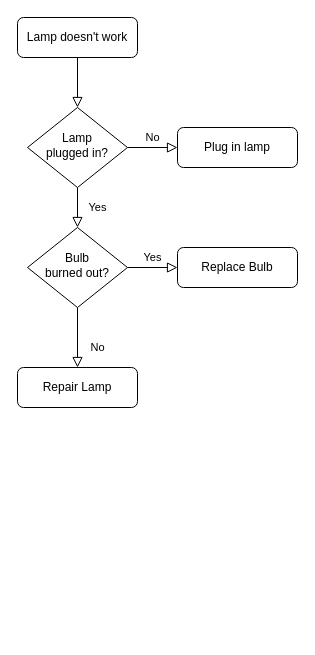
Above: flowchart.drawio in Micost/chart_and_doc (draw.io), before the change. Source tidied: cells renumbered, new cells numbered last; positions are measured from the earlier drawing's top-left corner, leaving out a move shared by most shapes. Both pictures are drawn from the tidied source at 100%, with x=0, y=0 at pixel (17, 17).
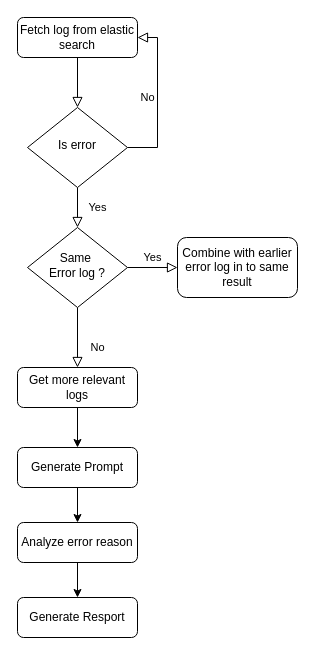
The same page after the edit.

Diff of the diagram source:
```diff
@@
 <mxGraphModel>
   <root>
     <mxCell id="0" />
     <mxCell id="1" parent="0" />
     <mxCell id="2" style="rounded=0;html=1;jettySize=auto;fontSize=11;endArrow=block;endFill=0;endSize=8;strokeWidth=1;shadow=0;labelBackgroundColor=none;edgeStyle=orthogonalEdgeStyle;" parent="1" edge="1" source="3" target="6">
       <mxGeometry relative="1" as="geometry" />
     </mxCell>
-    <mxCell id="3" value="Lamp doesn't work" style="rounded=1;whiteSpace=wrap;html=1;fontSize=12;glass=0;strokeWidth=1;shadow=0;" parent="1" vertex="1">
+    <mxCell id="3" value="Fetch log from elastic search " style="rounded=1;whiteSpace=wrap;html=1;fontSize=12;glass=0;strokeWidth=1;shadow=0;" parent="1" vertex="1">
       <mxGeometry width="120" height="40" as="geometry" />
     </mxCell>
     <mxCell id="4" value="Yes" style="rounded=0;html=1;jettySize=auto;fontSize=11;endArrow=block;endFill=0;endSize=8;strokeWidth=1;shadow=0;labelBackgroundColor=none;edgeStyle=orthogonalEdgeStyle;" parent="1" edge="1" source="6" target="10">
       <mxGeometry y="20" relative="1" as="geometry" />
     </mxCell>
-    <mxCell id="5" value="No" style="edgeStyle=orthogonalEdgeStyle;rounded=0;html=1;jettySize=auto;fontSize=11;endArrow=block;endFill=0;endSize=8;strokeWidth=1;shadow=0;labelBackgroundColor=none;" parent="1" edge="1" source="6" target="7">
-      <mxGeometry y="10" relative="1" as="geometry" />
+    <mxCell id="5" value="No" style="edgeStyle=orthogonalEdgeStyle;rounded=0;html=1;jettySize=auto;fontSize=11;endArrow=block;endFill=0;endSize=8;strokeWidth=1;shadow=0;labelBackgroundColor=none;entryX=1;entryY=0.5;entryDx=0;entryDy=0;" parent="1" edge="1" source="6" target="3">
+      <mxGeometry y="10" relative="1" as="geometry">
+        <Array as="points">
+          <mxPoint x="140" y="130" />
+          <mxPoint x="140" y="20" />
+        </Array>
+      </mxGeometry>
     </mxCell>
-    <mxCell id="6" value="Lamp&lt;br&gt;plugged in?" style="rhombus;whiteSpace=wrap;html=1;shadow=0;fontFamily=Helvetica;fontSize=12;align=center;strokeWidth=1;spacing=6;spacingTop=-4;" parent="1" vertex="1">
+    <mxCell id="6" value="Is error" style="rhombus;whiteSpace=wrap;html=1;shadow=0;fontFamily=Helvetica;fontSize=12;align=center;strokeWidth=1;spacing=6;spacingTop=-4;" parent="1" vertex="1">
       <mxGeometry x="10" y="90" width="100" height="80" as="geometry" />
     </mxCell>
-    <mxCell id="7" value="Plug in lamp" style="rounded=1;whiteSpace=wrap;html=1;fontSize=12;glass=0;strokeWidth=1;shadow=0;" parent="1" vertex="1">
-      <mxGeometry x="160" y="110" width="120" height="40" as="geometry" />
-    </mxCell>
     <mxCell id="8" value="No" style="rounded=0;html=1;jettySize=auto;fontSize=11;endArrow=block;endFill=0;endSize=8;strokeWidth=1;shadow=0;labelBackgroundColor=none;edgeStyle=orthogonalEdgeStyle;" parent="1" edge="1" source="10" target="11">
       <mxGeometry x="0.33" y="20" relative="1" as="geometry" />
     </mxCell>
     <mxCell id="9" value="Yes" style="edgeStyle=orthogonalEdgeStyle;rounded=0;html=1;jettySize=auto;fontSize=11;endArrow=block;endFill=0;endSize=8;strokeWidth=1;shadow=0;labelBackgroundColor=none;" parent="1" edge="1" source="10" target="12">
       <mxGeometry y="10" relative="1" as="geometry" />
     </mxCell>
-    <mxCell id="10" value="Bulb&lt;br&gt;burned out?" style="rhombus;whiteSpace=wrap;html=1;shadow=0;fontFamily=Helvetica;fontSize=12;align=center;strokeWidth=1;spacing=6;spacingTop=-4;" parent="1" vertex="1">
+    <mxCell id="10" value="&lt;div&gt;Same&amp;nbsp;&lt;/div&gt;&lt;div&gt;Error log ?&lt;/div&gt;" style="rhombus;whiteSpace=wrap;html=1;shadow=0;fontFamily=Helvetica;fontSize=12;align=center;strokeWidth=1;spacing=6;spacingTop=-4;" parent="1" vertex="1">
       <mxGeometry x="10" y="210" width="100" height="80" as="geometry" />
     </mxCell>
+    <mxCell id="13" style="edgeStyle=orthogonalEdgeStyle;rounded=0;jettySize=auto;html=1;entryX=0.5;entryY=0;entryDx=0;entryDy=0;strokeColor=default;" parent="1" edge="1" source="11" target="15">
+      <mxGeometry relative="1" as="geometry" />
+    </mxCell>
-    <mxCell id="11" value="Repair Lamp" style="rounded=1;whiteSpace=wrap;html=1;fontSize=12;glass=0;strokeWidth=1;shadow=0;" parent="1" vertex="1">
+    <mxCell id="11" value="Get more relevant logs" style="rounded=1;whiteSpace=wrap;html=1;fontSize=12;glass=0;strokeWidth=1;shadow=0;" parent="1" vertex="1">
       <mxGeometry y="350" width="120" height="40" as="geometry" />
     </mxCell>
-    <mxCell id="12" value="Replace Bulb" style="rounded=1;whiteSpace=wrap;html=1;fontSize=12;glass=0;strokeWidth=1;shadow=0;" parent="1" vertex="1">
-      <mxGeometry x="160" y="230" width="120" height="40" as="geometry" />
+    <mxCell id="12" value="&lt;div&gt;Combine with earlier error log in to same result&lt;/div&gt;" style="rounded=1;whiteSpace=wrap;html=1;fontSize=12;glass=0;strokeWidth=1;shadow=0;" parent="1" vertex="1">
+      <mxGeometry x="160" y="220" width="120" height="60" as="geometry" />
     </mxCell>
+    <mxCell id="14" style="edgeStyle=orthogonalEdgeStyle;rounded=0;jettySize=auto;html=1;exitX=0.5;exitY=1;exitDx=0;exitDy=0;strokeColor=default;" parent="1" edge="1" source="15" target="17">
+      <mxGeometry relative="1" as="geometry" />
+    </mxCell>
+    <mxCell id="15" value="Generate Prompt" style="rounded=1;whiteSpace=wrap;html=1;fontSize=12;glass=0;strokeWidth=1;shadow=0;" parent="1" vertex="1">
+      <mxGeometry y="430" width="120" height="40" as="geometry" />
+    </mxCell>
+    <mxCell id="16" style="edgeStyle=orthogonalEdgeStyle;rounded=0;jettySize=auto;html=1;strokeColor=default;" parent="1" edge="1" source="17" target="18">
+      <mxGeometry relative="1" as="geometry" />
+    </mxCell>
+    <mxCell id="17" value="&lt;div&gt;Analyze error reason&lt;/div&gt;" style="rounded=1;whiteSpace=wrap;html=1;fontSize=12;glass=0;strokeWidth=1;shadow=0;" parent="1" vertex="1">
+      <mxGeometry y="505" width="120" height="40" as="geometry" />
+    </mxCell>
+    <mxCell id="18" value="Generate Resport" style="rounded=1;whiteSpace=wrap;html=1;fontSize=12;glass=0;strokeWidth=1;shadow=0;" parent="1" vertex="1">
+      <mxGeometry y="580" width="120" height="40" as="geometry" />
+    </mxCell>
   </root>
 </mxGraphModel>
```
